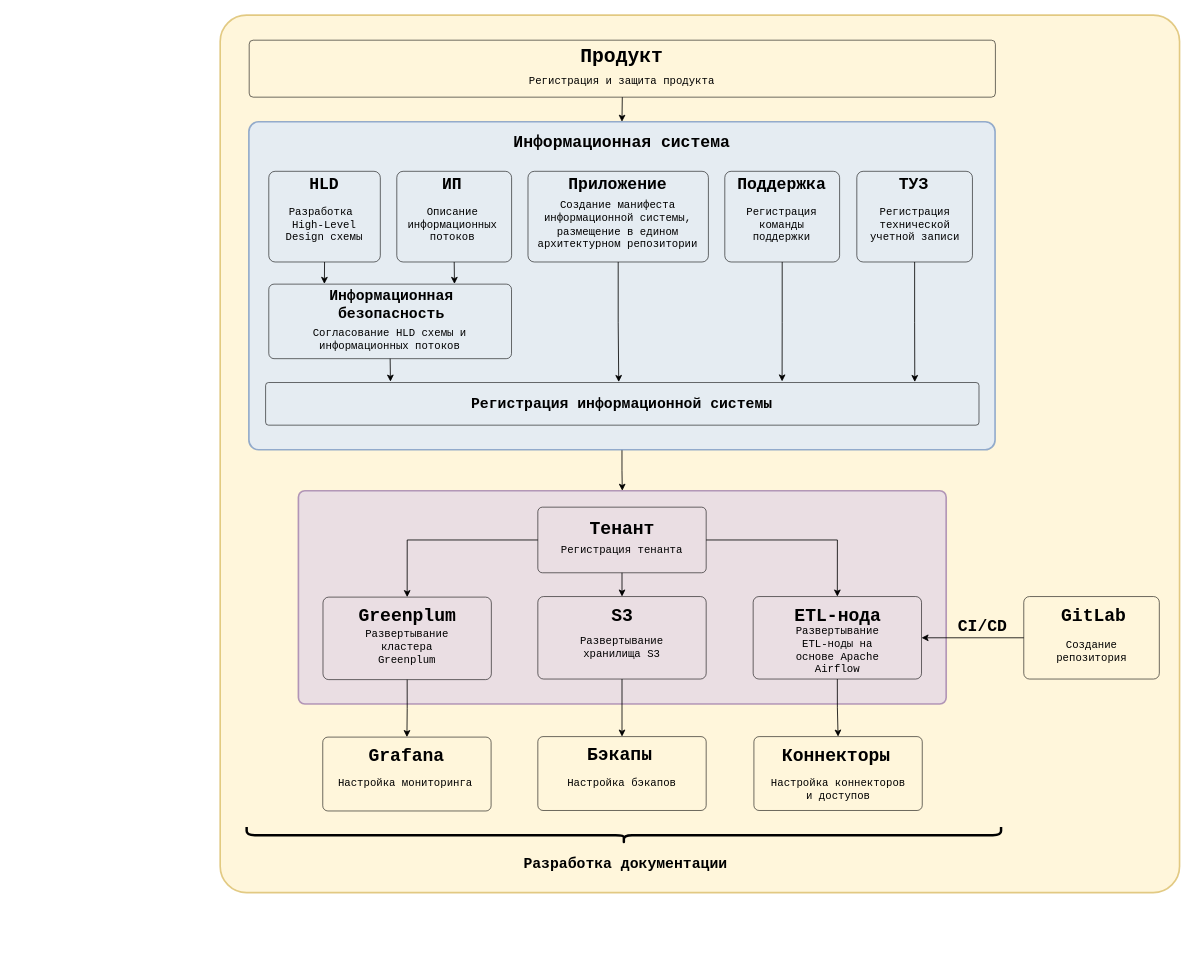
Above: page "CAMR_Process" (2 of 6) of projects/data/projects_diag.drawio in mustdayker/data_portfolio (draw.io), before the change. Source tidied: cells renumbered, new cells numbered last; positions are measured from the earlier drawing's top-left corner, leaving out a move shared by most shapes. Both pictures are drawn from the tidied source at 82%, with x=0, y=0 at pixel (220, 15).
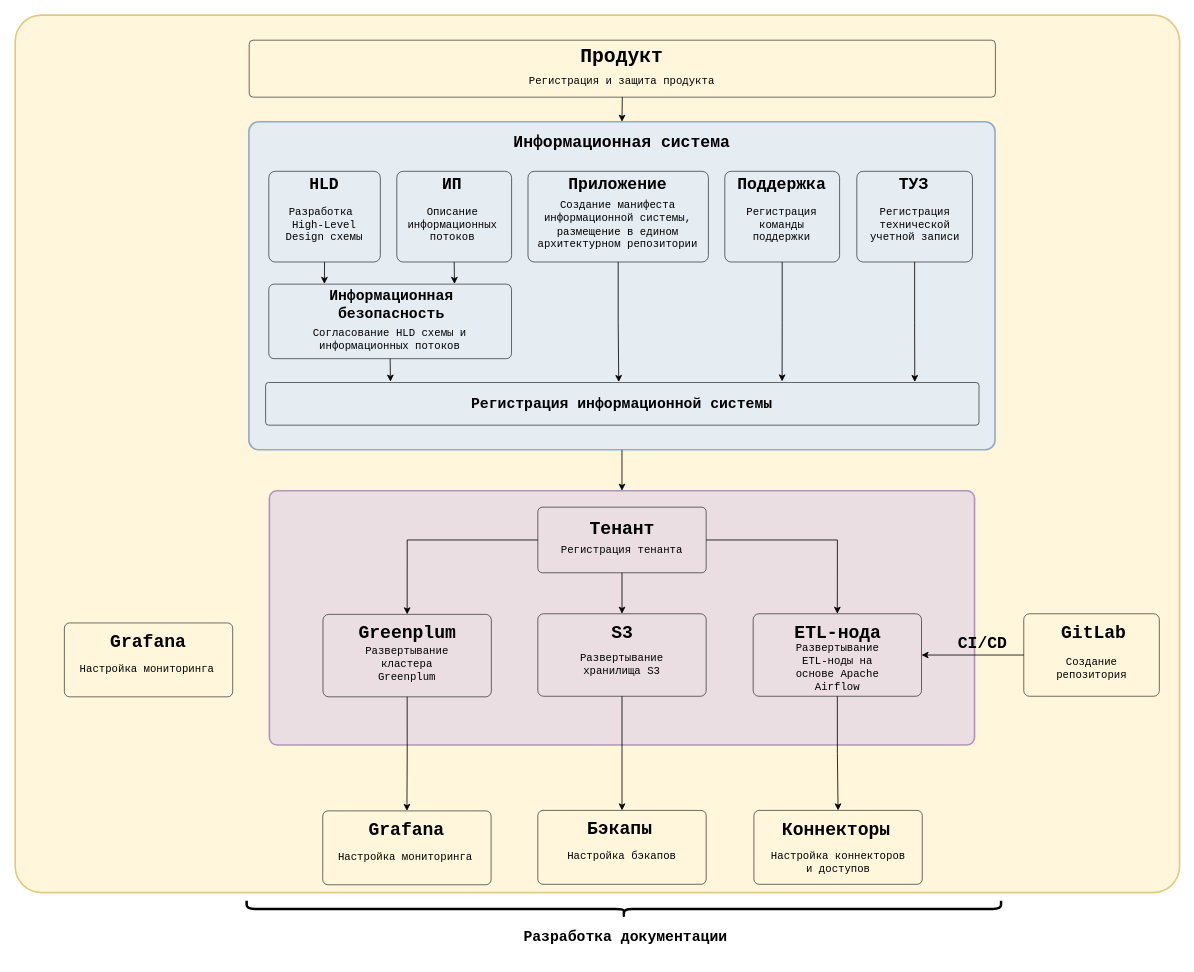
Above is the later version.

Change to the diagram source:
```diff
@@
     <mxCell id="2" style="rounded=1;whiteSpace=wrap;html=1;fontSize=16;fillColor=#fff2cc;strokeColor=#d6b656;opacity=70;arcSize=3;strokeWidth=2;fontFamily=Consolas;" parent="1" vertex="1">
-      <mxGeometry width="1170" height="1070" as="geometry" />
+      <mxGeometry x="-250" width="1420" height="1070" as="geometry" />
     </mxCell>
@@
     <mxCell id="5" style="rounded=1;whiteSpace=wrap;html=1;fontSize=16;fillColor=#e1d5e7;strokeColor=#9673a6;opacity=70;arcSize=3;strokeWidth=2;fontFamily=Consolas;" parent="1" vertex="1">
-      <mxGeometry x="95.4" y="580" width="790" height="260" as="geometry" />
+      <mxGeometry x="60" y="580" width="860" height="310" as="geometry" />
     </mxCell>
@@
     <mxCell id="38" style="rounded=1;whiteSpace=wrap;html=1;fontSize=16;fillColor=none;strokeColor=default;opacity=70;arcSize=7;gradientColor=none;fontFamily=Consolas;" parent="1" vertex="1">
-      <mxGeometry x="650" y="709" width="205.3" height="100.6" as="geometry" />
+      <mxGeometry x="650" y="730" width="205.3" height="100.6" as="geometry" />
     </mxCell>
@@
     <mxCell id="46" style="rounded=1;whiteSpace=wrap;html=1;fontSize=16;fillColor=none;strokeColor=default;opacity=70;arcSize=7;gradientColor=none;fontFamily=Consolas;" parent="1" vertex="1">
-      <mxGeometry x="125.4" y="709.7" width="205.3" height="100.6" as="geometry" />
+      <mxGeometry x="125.4" y="730.7" width="205.3" height="100.6" as="geometry" />
     </mxCell>
@@
     <mxCell id="48" style="rounded=1;whiteSpace=wrap;html=1;fontSize=16;fillColor=none;strokeColor=default;opacity=70;arcSize=7;gradientColor=none;fontFamily=Consolas;" parent="1" vertex="1">
-      <mxGeometry x="387.4" y="709" width="205.3" height="100.6" as="geometry" />
+      <mxGeometry x="387.4" y="730" width="205.3" height="100.6" as="geometry" />
     </mxCell>
     <mxCell id="49" value="Greenplum" style="text;html=1;align=center;verticalAlign=middle;whiteSpace=wrap;rounded=0;fontFamily=Consolas;fontSize=22;fontStyle=1;" parent="1" vertex="1">
-      <mxGeometry x="160.5" y="715.1" width="135" height="37.5" as="geometry" />
+      <mxGeometry x="160.5" y="736.1" width="135" height="37.5" as="geometry" />
     </mxCell>
     <mxCell id="50" value="ETL-нода" style="text;html=1;align=center;verticalAlign=middle;whiteSpace=wrap;rounded=0;fontFamily=Consolas;fontSize=22;fontStyle=1;labelBorderColor=none;labelBackgroundColor=none;textShadow=0;" parent="1" vertex="1">
-      <mxGeometry x="686" y="719.3" width="135" height="30" as="geometry" />
+      <mxGeometry x="686" y="740.3" width="135" height="30" as="geometry" />
     </mxCell>
     <mxCell id="51" value="S3" style="text;html=1;align=center;verticalAlign=middle;whiteSpace=wrap;rounded=0;fontFamily=Consolas;fontSize=22;fontStyle=1;" parent="1" vertex="1">
-      <mxGeometry x="422.5" y="719.3" width="135" height="30" as="geometry" />
+      <mxGeometry x="422.5" y="740.3" width="135" height="30" as="geometry" />
     </mxCell>
     <mxCell id="52" value="Развертывание кластера Greenplum" style="text;html=1;strokeColor=none;fillColor=none;align=center;verticalAlign=middle;whiteSpace=wrap;rounded=0;fontSize=13;fontFamily=Consolas;" parent="1" vertex="1">
-      <mxGeometry x="158" y="745.8" width="140" height="51" as="geometry" />
+      <mxGeometry x="158" y="766.8" width="140" height="51" as="geometry" />
     </mxCell>
     <mxCell id="53" value="Развертывание ETL-ноды на основе Apache Airflow" style="text;html=1;strokeColor=none;fillColor=none;align=center;verticalAlign=middle;whiteSpace=wrap;rounded=0;fontSize=13;fontFamily=Consolas;" parent="1" vertex="1">
-      <mxGeometry x="682.6" y="749.9" width="140" height="51" as="geometry" />
+      <mxGeometry x="682.6" y="770.9" width="140" height="51" as="geometry" />
     </mxCell>
     <mxCell id="54" value="Развертывание хранилища S3" style="text;html=1;strokeColor=none;fillColor=none;align=center;verticalAlign=middle;whiteSpace=wrap;rounded=0;fontSize=13;fontFamily=Consolas;" parent="1" vertex="1">
-      <mxGeometry x="420" y="750.1" width="140" height="41" as="geometry" />
+      <mxGeometry x="420" y="771.1" width="140" height="41" as="geometry" />
     </mxCell>
     <mxCell id="55" style="rounded=1;whiteSpace=wrap;html=1;fontSize=16;fillColor=none;strokeColor=default;opacity=70;arcSize=7;gradientColor=none;fontFamily=Consolas;" parent="1" vertex="1">
-      <mxGeometry x="650.9" y="879.8" width="205.3" height="90.1" as="geometry" />
+      <mxGeometry x="650.9" y="969.8" width="205.3" height="90.1" as="geometry" />
     </mxCell>
     <mxCell id="56" style="rounded=1;whiteSpace=wrap;html=1;fontSize=16;fillColor=none;strokeColor=default;opacity=70;arcSize=7;gradientColor=none;fontFamily=Consolas;" parent="1" vertex="1">
-      <mxGeometry x="387.4" y="879.8" width="205.3" height="90.1" as="geometry" />
+      <mxGeometry x="387.4" y="969.8" width="205.3" height="90.1" as="geometry" />
     </mxCell>
     <mxCell id="57" style="rounded=1;whiteSpace=wrap;html=1;fontSize=16;fillColor=none;strokeColor=default;opacity=70;arcSize=7;gradientColor=none;fontFamily=Consolas;" parent="1" vertex="1">
-      <mxGeometry x="125.1" y="880.4" width="205.3" height="90.1" as="geometry" />
+      <mxGeometry x="125.1" y="970.4" width="205.3" height="90.1" as="geometry" />
     </mxCell>
     <mxCell id="58" value="Разработка документации" style="text;html=1;align=center;verticalAlign=middle;whiteSpace=wrap;rounded=0;fontFamily=Consolas;fontSize=18;fontStyle=1;" parent="1" vertex="1">
-      <mxGeometry x="298" y="1010" width="392.5" height="50" as="geometry" />
+      <mxGeometry x="298" y="1100" width="392.5" height="50" as="geometry" />
     </mxCell>
     <mxCell id="59" value="Grafana" style="text;html=1;align=center;verticalAlign=middle;whiteSpace=wrap;rounded=0;fontFamily=Consolas;fontSize=22;fontStyle=1;" parent="1" vertex="1">
-      <mxGeometry x="160.4" y="885.2" width="135" height="40" as="geometry" />
+      <mxGeometry x="160.4" y="975.2" width="135" height="40" as="geometry" />
     </mxCell>
     <mxCell id="60" value="Настройка мониторинга" style="text;html=1;strokeColor=none;fillColor=none;align=center;verticalAlign=middle;whiteSpace=wrap;rounded=0;fontSize=13;fontFamily=Consolas;" parent="1" vertex="1">
-      <mxGeometry x="140.7" y="921.1" width="170" height="31" as="geometry" />
+      <mxGeometry x="140.7" y="1011.1" width="170" height="31" as="geometry" />
     </mxCell>
     <mxCell id="61" value="Коннекторы" style="text;html=1;align=center;verticalAlign=middle;whiteSpace=wrap;rounded=0;fontFamily=Consolas;fontSize=22;fontStyle=1;labelBorderColor=none;labelBackgroundColor=none;textShadow=0;" parent="1" vertex="1">
-      <mxGeometry x="683.5" y="885.1" width="135" height="38.9" as="geometry" />
+      <mxGeometry x="683.5" y="975.1" width="135" height="38.9" as="geometry" />
     </mxCell>
     <mxCell id="62" value="Бэкапы" style="text;html=1;align=center;verticalAlign=middle;whiteSpace=wrap;rounded=0;fontFamily=Consolas;fontSize=22;fontStyle=1;" parent="1" vertex="1">
-      <mxGeometry x="420" y="884.4" width="135" height="40" as="geometry" />
+      <mxGeometry x="420" y="974.4" width="135" height="40" as="geometry" />
     </mxCell>
     <mxCell id="63" value="Настройка коннекторов и доступов" style="text;html=1;strokeColor=none;fillColor=none;align=center;verticalAlign=middle;whiteSpace=wrap;rounded=0;fontSize=13;fontFamily=Consolas;" parent="1" vertex="1">
-      <mxGeometry x="668.5" y="918.9" width="170" height="51" as="geometry" />
+      <mxGeometry x="668.5" y="1008.9" width="170" height="51" as="geometry" />
     </mxCell>
     <mxCell id="64" value="Настройка бэкапов" style="text;html=1;strokeColor=none;fillColor=none;align=center;verticalAlign=middle;whiteSpace=wrap;rounded=0;fontSize=13;fontFamily=Consolas;" parent="1" vertex="1">
-      <mxGeometry x="395.4" y="915.2" width="190" height="41" as="geometry" />
+      <mxGeometry x="395.4" y="1005.2" width="190" height="41" as="geometry" />
     </mxCell>
     <mxCell id="65" style="shape=curlyBracket;whiteSpace=wrap;html=1;rounded=1;flipH=1;labelPosition=right;verticalLabelPosition=middle;align=left;verticalAlign=middle;rotation=90;strokeWidth=3;fontFamily=Consolas;" parent="1" vertex="1">
-      <mxGeometry x="482.3" y="540" width="20" height="920" as="geometry" />
+      <mxGeometry x="482.3" y="630" width="20" height="920" as="geometry" />
     </mxCell>
@@
     <mxCell id="67" style="rounded=1;whiteSpace=wrap;html=1;fontSize=16;fillColor=none;strokeColor=default;opacity=70;arcSize=7;gradientColor=none;fontFamily=Consolas;" parent="1" vertex="1">
-      <mxGeometry x="980" y="709" width="165.3" height="100.6" as="geometry" />
+      <mxGeometry x="980" y="730" width="165.3" height="100.6" as="geometry" />
     </mxCell>
     <mxCell id="68" value="GitLab" style="text;html=1;align=center;verticalAlign=middle;whiteSpace=wrap;rounded=0;fontFamily=Consolas;fontSize=22;fontStyle=1;labelBorderColor=none;labelBackgroundColor=none;textShadow=0;" parent="1" vertex="1">
-      <mxGeometry x="997.6" y="718.9" width="135" height="30" as="geometry" />
+      <mxGeometry x="997.6" y="739.9" width="135" height="30" as="geometry" />
     </mxCell>
     <mxCell id="69" value="Создание репозитория" style="text;html=1;strokeColor=none;fillColor=none;align=center;verticalAlign=middle;whiteSpace=wrap;rounded=0;fontSize=13;fontFamily=Consolas;" parent="1" vertex="1">
-      <mxGeometry x="992.6" y="750.1" width="140" height="51" as="geometry" />
+      <mxGeometry x="992.6" y="771.1" width="140" height="51" as="geometry" />
     </mxCell>
     <mxCell id="70" value="CI/CD" style="text;html=1;align=center;verticalAlign=middle;whiteSpace=wrap;rounded=0;fontFamily=Consolas;fontSize=20;fontStyle=1;labelBorderColor=none;labelBackgroundColor=none;textShadow=0;" parent="1" vertex="1">
-      <mxGeometry x="880" y="730" width="100" height="30" as="geometry" />
+      <mxGeometry x="880" y="751" width="100" height="30" as="geometry" />
     </mxCell>
+    <mxCell id="71" style="rounded=1;whiteSpace=wrap;html=1;fontSize=16;fillColor=none;strokeColor=default;opacity=70;arcSize=7;gradientColor=none;fontFamily=Consolas;" parent="1" vertex="1">
+      <mxGeometry x="-190" y="741.2" width="205.3" height="90.1" as="geometry" />
+    </mxCell>
+    <mxCell id="72" value="Grafana" style="text;html=1;align=center;verticalAlign=middle;whiteSpace=wrap;rounded=0;fontFamily=Consolas;fontSize=22;fontStyle=1;" parent="1" vertex="1">
+      <mxGeometry x="-154.7" y="746" width="135" height="40" as="geometry" />
+    </mxCell>
+    <mxCell id="73" value="Настройка мониторинга" style="text;html=1;strokeColor=none;fillColor=none;align=center;verticalAlign=middle;whiteSpace=wrap;rounded=0;fontSize=13;fontFamily=Consolas;" parent="1" vertex="1">
+      <mxGeometry x="-174.3" y="781.9" width="170" height="31" as="geometry" />
+    </mxCell>
```
